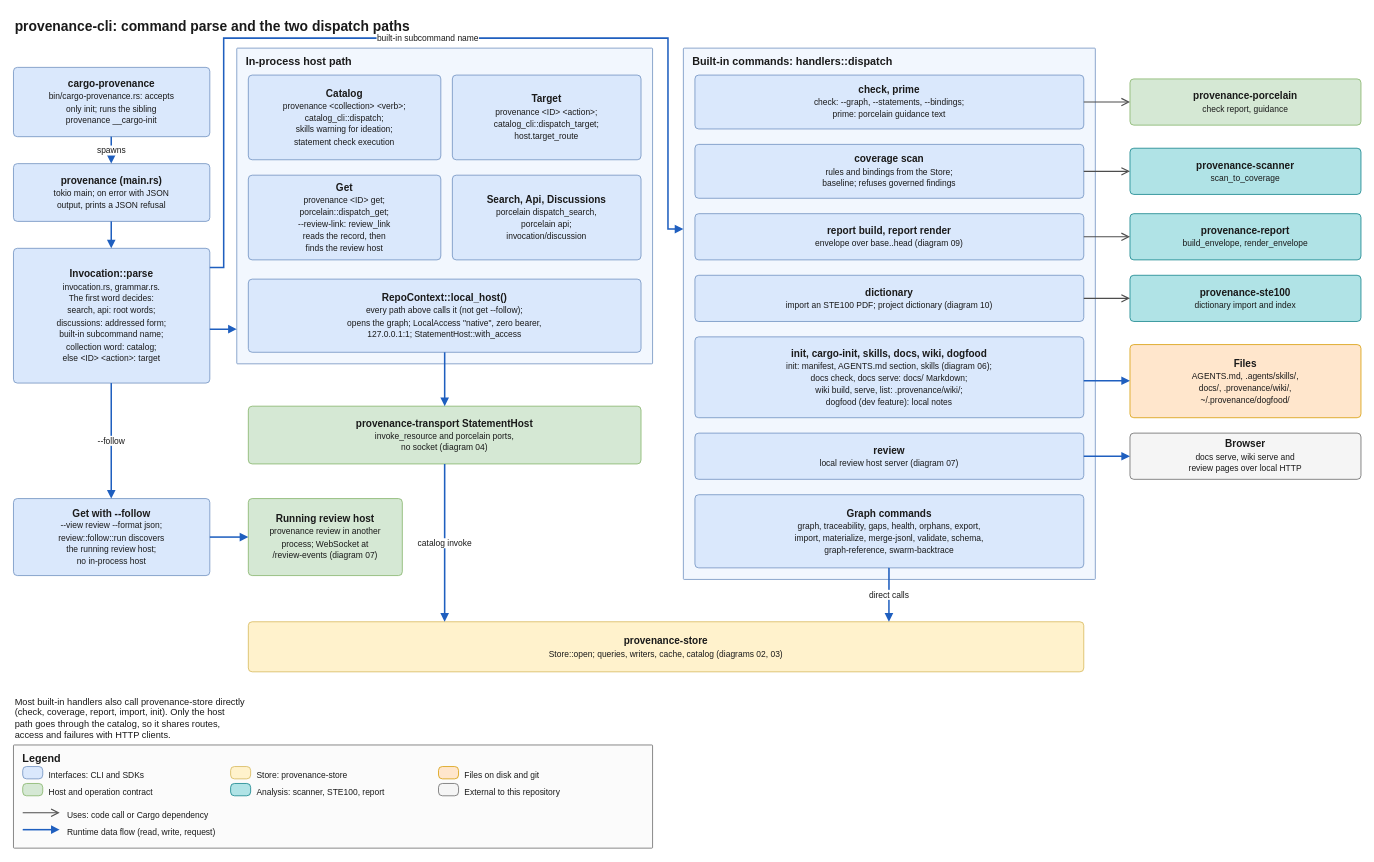
quality-sh/provenance keeps this draw.io diagram as docs/architecture/diagrams/05-cli-dispatch.drawio. Above is the earlier version. Source tidied: cells renumbered, new cells numbered last; positions are measured from the earlier drawing's top-left corner, leaving out a move shared by most shapes. Both pictures are drawn from the tidied source at 77%, with x=0, y=0 at pixel (13, 13).
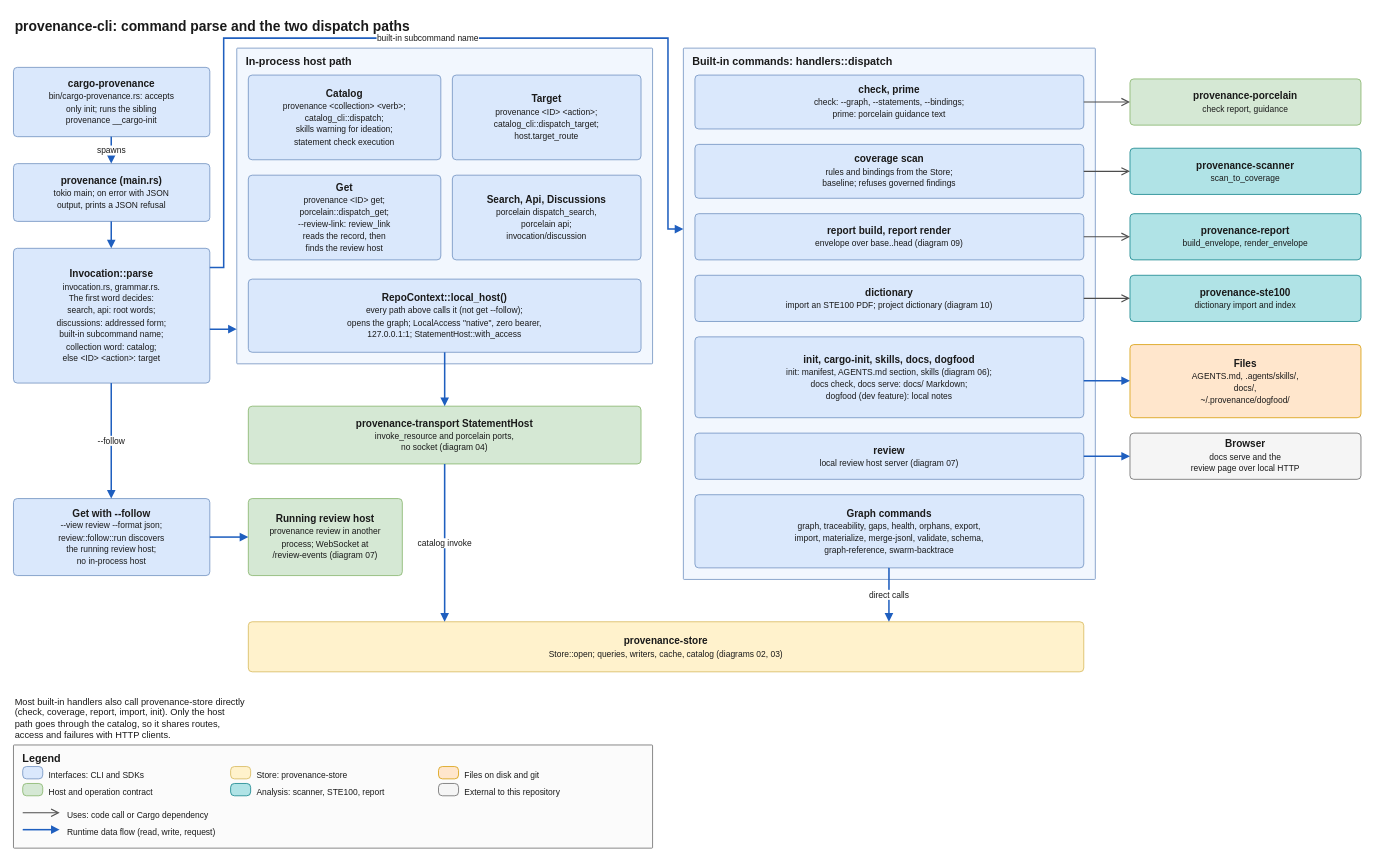
The same page after the edit.

The change refers to these unchanged cells:
```xml
<mxCell id="13" value="Built-in commands: handlers::dispatch" style="rounded=1;arcSize=2;absoluteArcSize=1;whiteSpace=wrap;html=1;fillColor=#f2f7fe;strokeColor=#6c8ebf;verticalAlign=top;align=left;spacingLeft=10;spacingRight=10;spacingTop=2;fontStyle=1;fontSize=14;fontColor=#1a1a1a;" parent="1" vertex="1">
  <mxGeometry x="870" y="45" width="535" height="690" as="geometry" />
</mxCell>
```

What changed in the source:
```diff
@@
-    <mxCell id="18" value="&lt;b&gt;init, cargo-init, skills, docs, wiki, dogfood&lt;/b&gt;&lt;br&gt;&lt;font style=&quot;font-size:11px&quot;&gt;init: manifest, AGENTS.md section, skills (diagram 06);&lt;br&gt;docs check, docs serve: docs/ Markdown;&lt;br&gt;wiki build, serve, list: .provenance/wiki/;&lt;br&gt;dogfood (dev feature): local notes&lt;/font&gt;" style="rounded=1;arcSize=10;absoluteArcSize=1;whiteSpace=wrap;html=1;fillColor=#dae8fc;strokeColor=#6c8ebf;fontSize=13;fontColor=#1a1a1a;verticalAlign=middle;align=center;spacing=4;" parent="13" vertex="1">
+    <mxCell id="18" value="&lt;b&gt;init, cargo-init, skills, docs, dogfood&lt;/b&gt;&lt;br&gt;&lt;font style=&quot;font-size:11px&quot;&gt;init: manifest, AGENTS.md section, skills (diagram 06);&lt;br&gt;docs check, docs serve: docs/ Markdown;&lt;br&gt;dogfood (dev feature): local notes&lt;/font&gt;" style="rounded=1;arcSize=10;absoluteArcSize=1;whiteSpace=wrap;html=1;fillColor=#dae8fc;strokeColor=#6c8ebf;fontSize=13;fontColor=#1a1a1a;verticalAlign=middle;align=center;spacing=4;" parent="13" vertex="1">
       <mxGeometry x="15" y="375" width="505" height="105" as="geometry" />
     </mxCell>
@@
-    <mxCell id="25" value="&lt;b&gt;Files&lt;/b&gt;&lt;br&gt;&lt;font style=&quot;font-size:11px&quot;&gt;AGENTS.md, .agents/skills/,&lt;br&gt;docs/, .provenance/wiki/,&lt;br&gt;~/.provenance/dogfood/&lt;/font&gt;" style="rounded=1;arcSize=10;absoluteArcSize=1;whiteSpace=wrap;html=1;fillColor=#ffe6cc;strokeColor=#d79b00;fontSize=13;fontColor=#1a1a1a;verticalAlign=middle;align=center;spacing=4;" parent="1" vertex="1">
+    <mxCell id="25" value="&lt;b&gt;Files&lt;/b&gt;&lt;br&gt;&lt;font style=&quot;font-size:11px&quot;&gt;AGENTS.md, .agents/skills/,&lt;br&gt;docs/,&lt;br&gt;~/.provenance/dogfood/&lt;/font&gt;" style="rounded=1;arcSize=10;absoluteArcSize=1;whiteSpace=wrap;html=1;fillColor=#ffe6cc;strokeColor=#d79b00;fontSize=13;fontColor=#1a1a1a;verticalAlign=middle;align=center;spacing=4;" parent="1" vertex="1">
       <mxGeometry x="1450" y="430" width="300" height="95" as="geometry" />
     </mxCell>
-    <mxCell id="26" value="&lt;b&gt;Browser&lt;/b&gt;&lt;br&gt;&lt;font style=&quot;font-size:11px&quot;&gt;docs serve, wiki serve and&lt;br&gt;review pages over local HTTP&lt;/font&gt;" style="rounded=1;arcSize=10;absoluteArcSize=1;whiteSpace=wrap;html=1;fillColor=#f5f5f5;strokeColor=#666666;fontSize=13;fontColor=#1a1a1a;verticalAlign=middle;align=center;spacing=4;" parent="1" vertex="1">
+    <mxCell id="26" value="&lt;b&gt;Browser&lt;/b&gt;&lt;br&gt;&lt;font style=&quot;font-size:11px&quot;&gt;docs serve and the&lt;br&gt;review page over local HTTP&lt;/font&gt;" style="rounded=1;arcSize=10;absoluteArcSize=1;whiteSpace=wrap;html=1;fillColor=#f5f5f5;strokeColor=#666666;fontSize=13;fontColor=#1a1a1a;verticalAlign=middle;align=center;spacing=4;" parent="1" vertex="1">
       <mxGeometry x="1450" y="545" width="300" height="60" as="geometry" />
     </mxCell>
```
